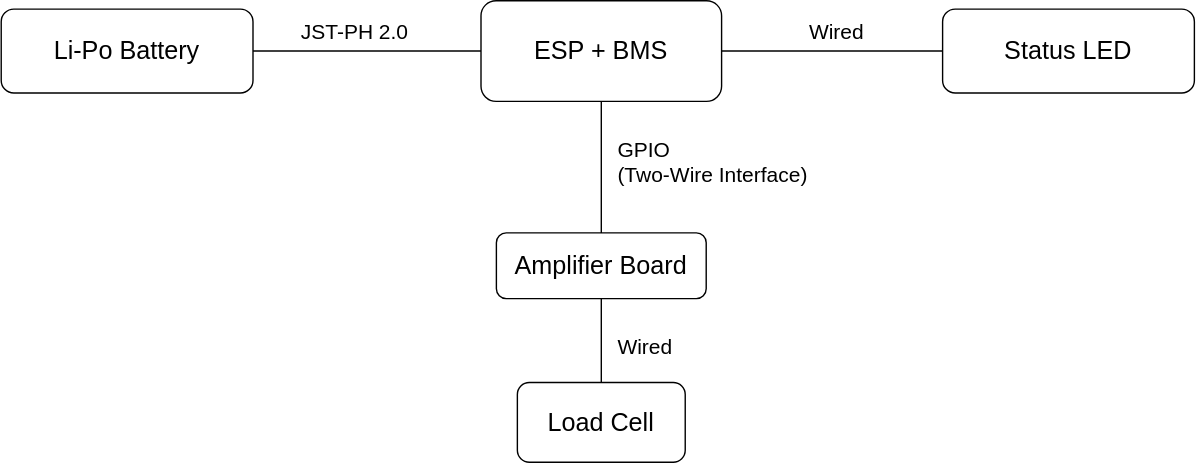
This is SailTrack Strain/block-diagram.svg from metisvela/sailtrack, a draw.io export, as it was before one commit. Source tidied: cells renumbered, new cells last; positions are measured from the earlier drawing's top-left corner, leaving out a move shared by most shapes.
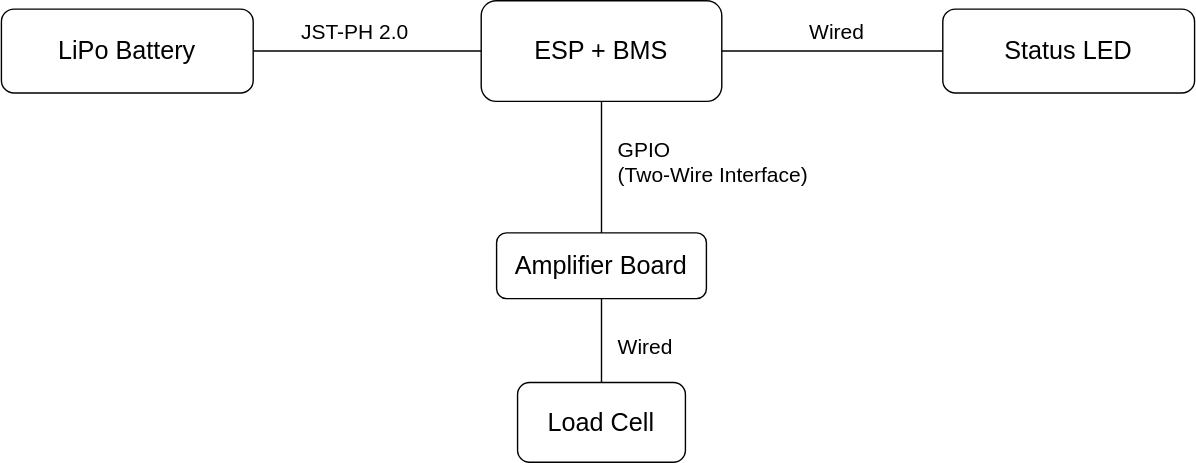
The same diagram one commit later.

Change to the diagram source:
```diff
@@ -13,7 +13,7 @@
     <mxCell id="4" value="&lt;font style=&quot;font-size: 18px&quot;&gt;ESP + BMS&lt;/font&gt;" style="rounded=1;whiteSpace=wrap;html=1;" parent="1" vertex="1">
       <mxGeometry x="343" width="172" height="72" as="geometry" />
     </mxCell>
-    <mxCell id="5" value="&lt;font style=&quot;font-size: 18px&quot;&gt;Li-Po Battery&lt;/font&gt;" style="rounded=1;whiteSpace=wrap;html=1;" parent="1" vertex="1">
+    <mxCell id="5" value="&lt;font style=&quot;font-size: 18px&quot;&gt;LiPo Battery&lt;/font&gt;" style="rounded=1;whiteSpace=wrap;html=1;" parent="1" vertex="1">
       <mxGeometry y="6" width="180" height="60" as="geometry" />
     </mxCell>
     <mxCell id="6" value="&lt;font style=&quot;font-size: 18px&quot;&gt;Amplifier Board&lt;br&gt;&lt;/font&gt;" style="rounded=1;whiteSpace=wrap;html=1;" parent="1" vertex="1">
```
